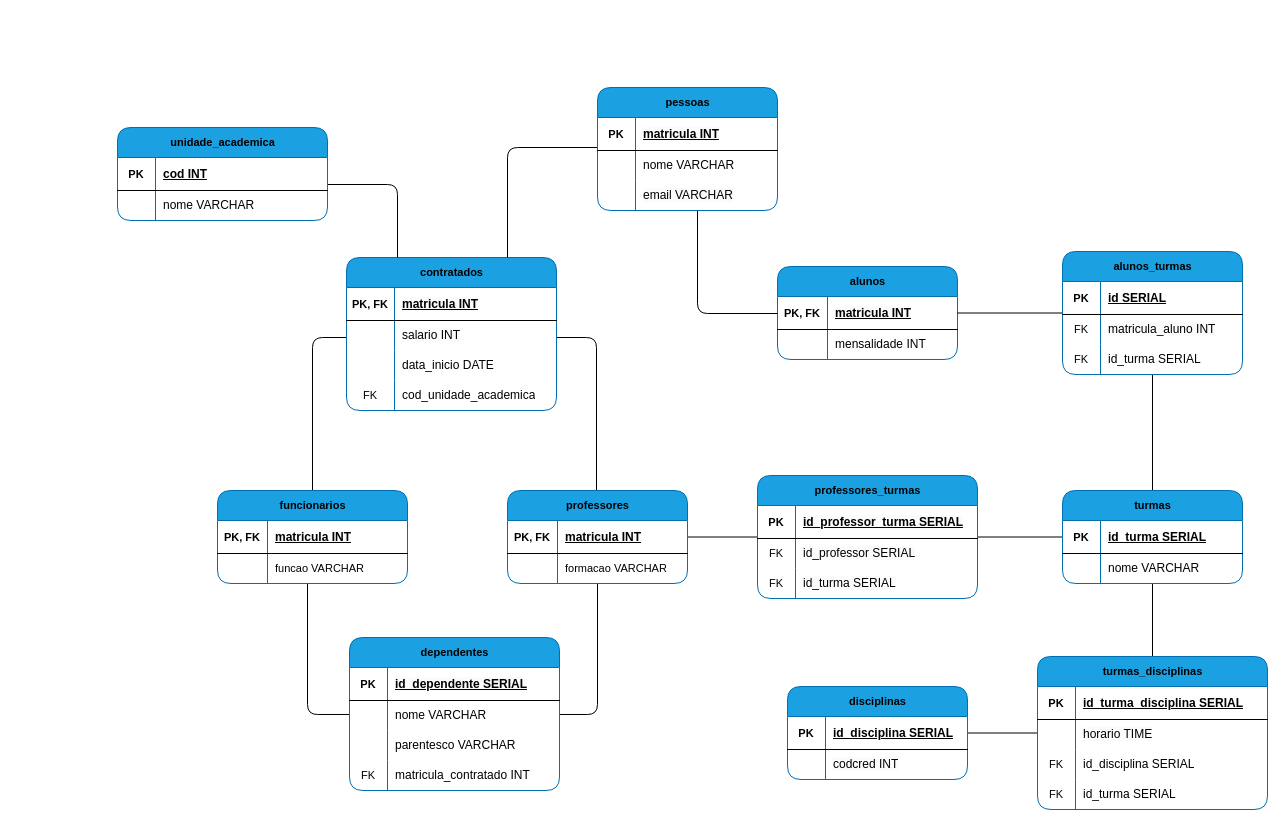
Above: projeto-ada.drawio in tamigld/qsd-ada-banco-de-dados (draw.io), before the change. Source tidied: cells renumbered, new cells numbered last; positions are measured from the earlier drawing's top-left corner, leaving out a move shared by most shapes. Both pictures are drawn from the tidied source at 100%, with x=0, y=0 at pixel (117, 87).
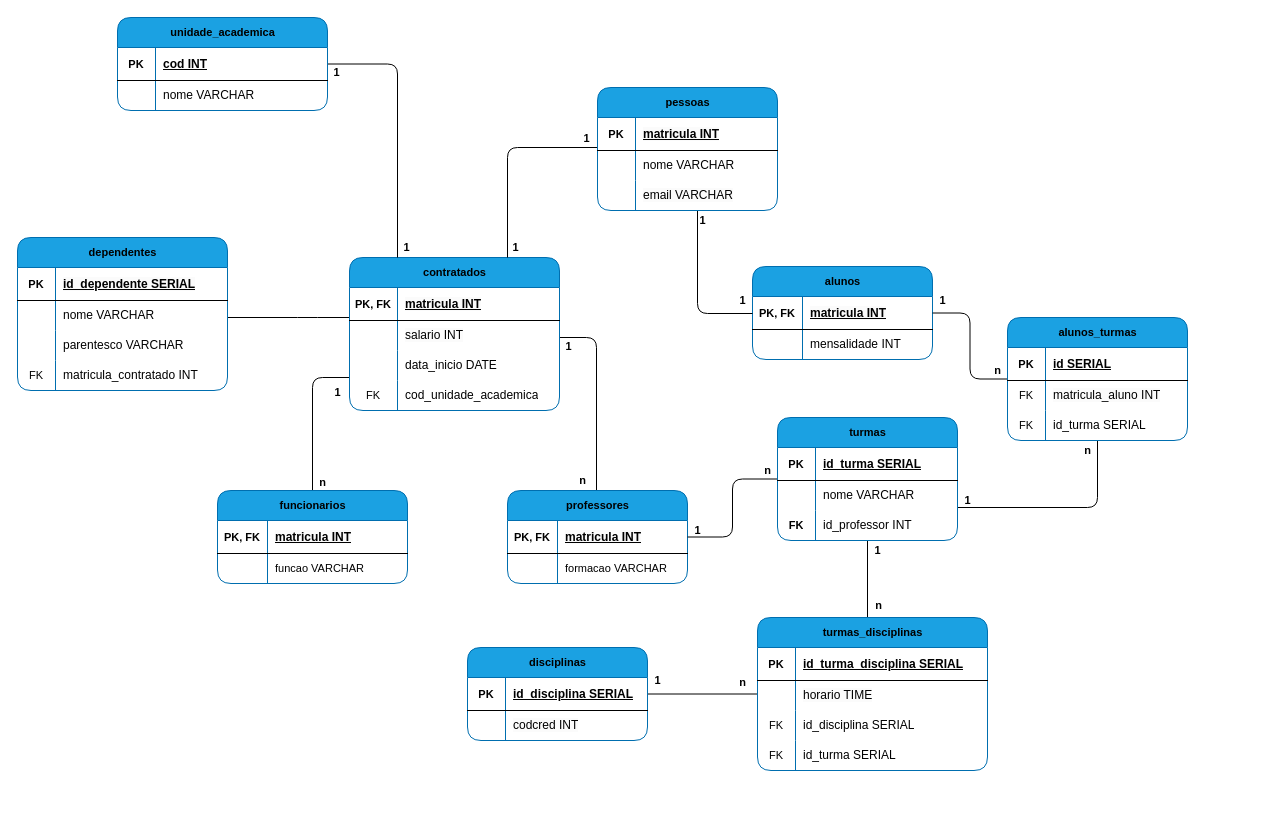
After the change.

Unchanged cells that the change refers to:
```xml
<mxCell id="6" value="&lt;font color=&quot;#000000&quot;&gt;professores&lt;/font&gt;" style="shape=table;startSize=30;childLayout=tableLayout;rowLines=0;fontStyle=1;align=center;html=1;rounded=1;fontFamily=Helvetica;fontSize=11;labelBackgroundColor=none;perimeterSpacing=0;shadow=0;swimlaneLine=1;swimlaneFillColor=default;fillColor=#1ba1e2;strokeColor=#006EAF;fontColor=#ffffff;" parent="1" vertex="1">
  <mxGeometry x="390" y="403" width="180" height="93" as="geometry" />
</mxCell>
<mxCell id="14" value="&lt;font color=&quot;#000000&quot;&gt;funcionarios&lt;/font&gt;" style="shape=table;startSize=30;childLayout=tableLayout;rowLines=0;fontStyle=1;align=center;html=1;rounded=1;fontFamily=Helvetica;fontSize=11;labelBackgroundColor=none;perimeterSpacing=0;shadow=0;swimlaneLine=1;swimlaneFillColor=default;fillColor=#1ba1e2;strokeColor=#006EAF;fontColor=#ffffff;" parent="1" vertex="1">
  <mxGeometry x="100" y="403" width="190" height="93" as="geometry" />
</mxCell>
```

Diff of the diagram source:
```diff
@@
-<mxGraphModel>
+<mxGraphModel background="#ffffff">
@@
     <mxCell id="2" style="edgeStyle=orthogonalEdgeStyle;rounded=1;jettySize=auto;html=1;endArrow=none;endFill=0;" parent="1" edge="1" source="34" target="14">
       <mxGeometry relative="1" as="geometry">
         <Array as="points">
-          <mxPoint x="195" y="250" />
+          <mxPoint x="195" y="290" />
         </Array>
       </mxGeometry>
     </mxCell>
@@
-    <mxCell id="4" style="edgeStyle=orthogonalEdgeStyle;rounded=1;jettySize=auto;html=1;strokeColor=default;align=center;verticalAlign=middle;fontFamily=Helvetica;fontSize=11;fontColor=default;fontStyle=1;labelBackgroundColor=none;endArrow=none;endFill=0;" parent="1" edge="1" source="6" target="21">
-      <mxGeometry relative="1" as="geometry">
-        <Array as="points">
-          <mxPoint x="480" y="627" />
-        </Array>
-      </mxGeometry>
-    </mxCell>
-    <mxCell id="5" style="edgeStyle=orthogonalEdgeStyle;rounded=1;jettySize=auto;html=1;strokeColor=default;align=center;verticalAlign=middle;fontFamily=Helvetica;fontSize=11;fontColor=default;fontStyle=1;labelBackgroundColor=none;endArrow=none;endFill=0;" parent="1" edge="1" source="6" target="48">
-      <mxGeometry relative="1" as="geometry" />
-    </mxCell>
@@
-    <mxCell id="13" style="edgeStyle=orthogonalEdgeStyle;rounded=1;jettySize=auto;html=1;strokeColor=default;align=center;verticalAlign=middle;fontFamily=Helvetica;fontSize=11;fontColor=default;fontStyle=1;labelBackgroundColor=none;endArrow=none;endFill=0;" parent="1" edge="1" source="14" target="21">
-      <mxGeometry relative="1" as="geometry">
-        <Array as="points">
-          <mxPoint x="190" y="627" />
-        </Array>
-      </mxGeometry>
-    </mxCell>
@@
+    <mxCell id="127" style="edgeStyle=orthogonalEdgeStyle;rounded=1;jettySize=auto;html=1;strokeColor=default;align=center;verticalAlign=middle;fontFamily=Helvetica;fontSize=11;fontColor=default;fontStyle=1;labelBackgroundColor=none;endArrow=none;endFill=0;" parent="1" edge="1" source="21" target="34">
+      <mxGeometry relative="1" as="geometry">
+        <Array as="points">
+          <mxPoint x="190" y="230" />
+          <mxPoint x="190" y="230" />
+        </Array>
+      </mxGeometry>
+    </mxCell>
     <mxCell id="21" value="&lt;font color=&quot;#000000&quot;&gt;dependentes&lt;/font&gt;" style="shape=table;startSize=30;childLayout=tableLayout;rowLines=0;fontStyle=1;align=center;html=1;rounded=1;fontFamily=Helvetica;fontSize=11;labelBackgroundColor=none;perimeterSpacing=0;shadow=0;swimlaneLine=1;swimlaneFillColor=default;fillColor=#1ba1e2;strokeColor=#006EAF;fontColor=#ffffff;" parent="1" vertex="1">
-      <mxGeometry x="232" y="550" width="210" height="153" as="geometry" />
+      <mxGeometry x="-100" y="150" width="210" height="153" as="geometry" />
     </mxCell>
@@
     <mxCell id="34" value="&lt;font color=&quot;#000000&quot;&gt;contratados&lt;/font&gt;" style="shape=table;startSize=30;childLayout=tableLayout;rowLines=0;fontStyle=1;align=center;html=1;rounded=1;fontFamily=Helvetica;fontSize=11;labelBackgroundColor=none;perimeterSpacing=0;shadow=0;swimlaneLine=1;swimlaneFillColor=default;fillColor=#1ba1e2;strokeColor=#006EAF;fontColor=#ffffff;" parent="1" vertex="1">
-      <mxGeometry x="229" y="170" width="210" height="153" as="geometry" />
+      <mxGeometry x="232" y="170" width="210" height="153" as="geometry" />
     </mxCell>
@@
-    <mxCell id="47" style="edgeStyle=orthogonalEdgeStyle;rounded=1;jettySize=auto;html=1;strokeColor=default;align=center;verticalAlign=middle;fontFamily=Helvetica;fontSize=11;fontColor=default;fontStyle=1;labelBackgroundColor=none;endArrow=none;endFill=0;" parent="1" edge="1" source="48" target="68">
+    <mxCell id="47" style="edgeStyle=orthogonalEdgeStyle;rounded=1;jettySize=auto;html=1;strokeColor=default;align=center;verticalAlign=middle;fontFamily=Helvetica;fontSize=11;fontColor=default;fontStyle=1;labelBackgroundColor=none;endArrow=none;endFill=0;" parent="1" edge="1" source="6" target="68">
       <mxGeometry relative="1" as="geometry" />
     </mxCell>
-    <mxCell id="48" value="&lt;font color=&quot;#000000&quot;&gt;professores_turmas&lt;/font&gt;" style="shape=table;startSize=30;childLayout=tableLayout;rowLines=0;fontStyle=1;align=center;html=1;rounded=1;fontFamily=Helvetica;fontSize=11;labelBackgroundColor=none;perimeterSpacing=0;shadow=0;swimlaneLine=1;swimlaneFillColor=default;fillColor=#1ba1e2;strokeColor=#006EAF;fontColor=#ffffff;" parent="1" vertex="1">
-      <mxGeometry x="640" y="388" width="220" height="123" as="geometry" />
-    </mxCell>
-    <mxCell id="49" style="shape=tableRow;horizontal=0;startSize=0;swimlaneHead=0;swimlaneBody=0;fillColor=none;top=0;left=0;right=0;bottom=1;rounded=1;fontFamily=Helvetica;fontSize=11;fontColor=default;labelBackgroundColor=default;" parent="48" vertex="1">
-      <mxGeometry y="30" width="220" height="33" as="geometry" />
-    </mxCell>
-    <mxCell id="50" value="PK" style="shape=partialRectangle;fillColor=none;top=0;left=0;bottom=0;right=0;fontStyle=1;overflow=hidden;whiteSpace=wrap;html=1;rounded=1;fontFamily=Helvetica;fontSize=11;fontColor=default;labelBackgroundColor=default;" parent="49" vertex="1">
-      <mxGeometry width="38" height="33" as="geometry" />
-    </mxCell>
-    <mxCell id="51" value="&lt;span style=&quot;font-size: 12px; background-color: rgb(251, 251, 251);&quot;&gt;id_professor_turma SERIAL&lt;/span&gt;" style="shape=partialRectangle;fillColor=none;top=0;left=0;bottom=0;right=0;align=left;spacingLeft=6;fontStyle=5;overflow=hidden;whiteSpace=wrap;html=1;rounded=1;fontFamily=Helvetica;fontSize=11;fontColor=default;labelBackgroundColor=default;" parent="49" vertex="1">
-      <mxGeometry x="38" width="182" height="33" as="geometry" />
-    </mxCell>
-    <mxCell id="52" style="shape=tableRow;horizontal=0;startSize=0;swimlaneHead=0;swimlaneBody=0;fillColor=none;top=0;left=0;right=0;bottom=0;rounded=1;fontFamily=Helvetica;fontSize=11;fontColor=default;labelBackgroundColor=default;" parent="48" vertex="1">
-      <mxGeometry y="63" width="220" height="30" as="geometry" />
-    </mxCell>
-    <mxCell id="53" value="FK" style="shape=partialRectangle;fillColor=none;top=0;left=0;bottom=0;right=0;overflow=hidden;whiteSpace=wrap;html=1;rounded=1;fontFamily=Helvetica;fontSize=11;fontColor=default;labelBackgroundColor=default;" parent="52" vertex="1">
-      <mxGeometry width="38" height="30" as="geometry" />
-    </mxCell>
-    <mxCell id="54" value="&lt;span style=&quot;font-size: 12px; background-color: rgb(251, 251, 251);&quot;&gt;id_professor SERIAL&lt;/span&gt;" style="shape=partialRectangle;fillColor=none;top=0;left=0;bottom=0;right=0;align=left;spacingLeft=6;overflow=hidden;whiteSpace=wrap;html=1;rounded=1;fontFamily=Helvetica;fontSize=11;fontColor=default;labelBackgroundColor=default;" parent="52" vertex="1">
-      <mxGeometry x="38" width="182" height="30" as="geometry" />
-    </mxCell>
-    <mxCell id="55" style="shape=tableRow;horizontal=0;startSize=0;swimlaneHead=0;swimlaneBody=0;fillColor=none;top=0;left=0;right=0;bottom=0;rounded=1;fontFamily=Helvetica;fontSize=11;fontColor=default;labelBackgroundColor=default;" parent="48" vertex="1">
-      <mxGeometry y="93" width="220" height="30" as="geometry" />
-    </mxCell>
-    <mxCell id="56" value="FK" style="shape=partialRectangle;fillColor=none;top=0;left=0;bottom=0;right=0;overflow=hidden;whiteSpace=wrap;html=1;rounded=1;fontFamily=Helvetica;fontSize=11;fontColor=default;labelBackgroundColor=default;" parent="55" vertex="1">
-      <mxGeometry width="38" height="30" as="geometry" />
-    </mxCell>
-    <mxCell id="57" value="&lt;span style=&quot;font-size: 12px; background-color: rgb(251, 251, 251);&quot;&gt;id_turma SERIAL&lt;/span&gt;" style="shape=partialRectangle;fillColor=none;top=0;left=0;bottom=0;right=0;align=left;spacingLeft=6;overflow=hidden;whiteSpace=wrap;html=1;rounded=1;fontFamily=Helvetica;fontSize=11;fontColor=default;labelBackgroundColor=default;" parent="55" vertex="1">
-      <mxGeometry x="38" width="182" height="30" as="geometry" />
-    </mxCell>
     <mxCell id="58" style="edgeStyle=orthogonalEdgeStyle;rounded=1;jettySize=auto;html=1;strokeColor=default;align=center;verticalAlign=middle;fontFamily=Helvetica;fontSize=11;fontColor=default;fontStyle=1;labelBackgroundColor=none;endArrow=none;endFill=0;" parent="1" edge="1" source="59" target="34">
       <mxGeometry relative="1" as="geometry">
         <Array as="points">
-          <mxPoint x="280" y="97" />
+          <mxPoint x="280" y="-23" />
         </Array>
       </mxGeometry>
     </mxCell>
     <mxCell id="59" value="&lt;font color=&quot;#000000&quot;&gt;unidade_academica&lt;/font&gt;" style="shape=table;startSize=30;childLayout=tableLayout;rowLines=0;fontStyle=1;align=center;html=1;rounded=1;fontFamily=Helvetica;fontSize=11;labelBackgroundColor=none;perimeterSpacing=0;shadow=0;swimlaneLine=1;swimlaneFillColor=default;fillColor=#1ba1e2;strokeColor=#006EAF;fontColor=#ffffff;" parent="1" vertex="1">
-      <mxGeometry y="40" width="210" height="93" as="geometry" />
+      <mxGeometry y="-70" width="210" height="93" as="geometry" />
     </mxCell>
@@
     <mxCell id="66" style="edgeStyle=orthogonalEdgeStyle;rounded=1;jettySize=auto;html=1;strokeColor=default;align=center;verticalAlign=middle;fontFamily=Helvetica;fontSize=11;fontColor=default;fontStyle=1;labelBackgroundColor=none;endArrow=none;endFill=0;" parent="1" edge="1" source="68" target="101">
-      <mxGeometry relative="1" as="geometry" />
+      <mxGeometry relative="1" as="geometry">
+        <Array as="points">
+          <mxPoint x="750" y="540" />
+          <mxPoint x="750" y="540" />
+        </Array>
+      </mxGeometry>
     </mxCell>
     <mxCell id="67" style="edgeStyle=orthogonalEdgeStyle;rounded=1;jettySize=auto;html=1;strokeColor=default;align=center;verticalAlign=middle;fontFamily=Helvetica;fontSize=11;fontColor=default;fontStyle=1;labelBackgroundColor=none;endArrow=none;endFill=0;" parent="1" edge="1" source="68" target="83">
-      <mxGeometry relative="1" as="geometry" />
+      <mxGeometry relative="1" as="geometry">
+        <Array as="points">
+          <mxPoint x="980" y="420" />
+        </Array>
+      </mxGeometry>
     </mxCell>
     <mxCell id="68" value="&lt;font color=&quot;#000000&quot;&gt;turmas&lt;/font&gt;" style="shape=table;startSize=30;childLayout=tableLayout;rowLines=0;fontStyle=1;align=center;html=1;rounded=1;fontFamily=Helvetica;fontSize=11;labelBackgroundColor=none;perimeterSpacing=0;shadow=0;swimlaneLine=1;swimlaneFillColor=default;fillColor=#1ba1e2;strokeColor=#006EAF;fontColor=#ffffff;verticalAlign=middle;" parent="1" vertex="1">
-      <mxGeometry x="945" y="403" width="180" height="93" as="geometry" />
+      <mxGeometry x="660" y="330" width="180" height="123" as="geometry" />
     </mxCell>
@@
+    <mxCell id="128" style="shape=tableRow;horizontal=0;startSize=0;swimlaneHead=0;swimlaneBody=0;fillColor=none;top=0;left=0;right=0;bottom=0;rounded=1;fontFamily=Helvetica;fontSize=11;fontColor=default;labelBackgroundColor=default;shadow=0;strokeColor=default;align=center;verticalAlign=middle;fontStyle=1;" parent="68" vertex="1">
+      <mxGeometry y="93" width="180" height="30" as="geometry" />
+    </mxCell>
+    <mxCell id="129" value="FK" style="shape=partialRectangle;fillColor=none;top=0;left=0;bottom=0;right=0;overflow=hidden;whiteSpace=wrap;html=1;rounded=1;fontFamily=Helvetica;fontSize=11;fontColor=default;labelBackgroundColor=default;shadow=0;strokeColor=default;align=center;verticalAlign=middle;fontStyle=1;" parent="128" vertex="1">
+      <mxGeometry width="38" height="30" as="geometry" />
+    </mxCell>
+    <mxCell id="130" value="&lt;span style=&quot;font-size: 12px; font-weight: normal;&quot;&gt;id_professor INT&lt;/span&gt;" style="shape=partialRectangle;fillColor=none;top=0;left=0;bottom=0;right=0;align=left;spacingLeft=6;overflow=hidden;whiteSpace=wrap;html=1;rounded=1;fontFamily=Helvetica;fontSize=11;fontColor=default;labelBackgroundColor=default;shadow=0;strokeColor=default;verticalAlign=middle;fontStyle=1;" parent="128" vertex="1">
+      <mxGeometry x="38" width="142" height="30" as="geometry" />
+    </mxCell>
     <mxCell id="75" value="&lt;font color=&quot;#000000&quot;&gt;alunos&lt;/font&gt;" style="shape=table;startSize=30;childLayout=tableLayout;rowLines=0;fontStyle=1;align=center;html=1;rounded=1;fontFamily=Helvetica;fontSize=11;labelBackgroundColor=none;perimeterSpacing=0;shadow=0;swimlaneLine=1;swimlaneFillColor=default;fillColor=#1ba1e2;strokeColor=#006EAF;fontColor=#ffffff;verticalAlign=middle;" parent="1" vertex="1">
-      <mxGeometry x="660" y="179" width="180" height="93" as="geometry" />
+      <mxGeometry x="635" y="179" width="180" height="93" as="geometry" />
     </mxCell>
@@
     <mxCell id="83" value="&lt;font color=&quot;#000000&quot;&gt;alunos_turmas&lt;/font&gt;" style="shape=table;startSize=30;childLayout=tableLayout;rowLines=0;fontStyle=1;align=center;html=1;rounded=1;fontFamily=Helvetica;fontSize=11;labelBackgroundColor=none;perimeterSpacing=0;shadow=0;swimlaneLine=1;swimlaneFillColor=default;fillColor=#1ba1e2;strokeColor=#006EAF;fontColor=#ffffff;verticalAlign=middle;" parent="1" vertex="1">
-      <mxGeometry x="945" y="164" width="180" height="123" as="geometry" />
+      <mxGeometry x="890" y="230" width="180" height="123" as="geometry" />
     </mxCell>
@@
     <mxCell id="94" value="&lt;font color=&quot;#000000&quot;&gt;disciplinas&lt;/font&gt;" style="shape=table;startSize=30;childLayout=tableLayout;rowLines=0;fontStyle=1;align=center;html=1;rounded=1;fontFamily=Helvetica;fontSize=11;labelBackgroundColor=none;perimeterSpacing=0;shadow=0;swimlaneLine=1;swimlaneFillColor=default;fillColor=#1ba1e2;strokeColor=#006EAF;fontColor=#ffffff;verticalAlign=middle;" parent="1" vertex="1">
-      <mxGeometry x="670" y="599" width="180" height="93" as="geometry" />
+      <mxGeometry x="350" y="560" width="180" height="93" as="geometry" />
     </mxCell>
@@
     <mxCell id="101" value="&lt;font color=&quot;#000000&quot;&gt;turmas_disciplinas&lt;/font&gt;" style="shape=table;startSize=30;childLayout=tableLayout;rowLines=0;fontStyle=1;align=center;html=1;rounded=1;fontFamily=Helvetica;fontSize=11;labelBackgroundColor=none;perimeterSpacing=0;shadow=0;swimlaneLine=1;swimlaneFillColor=default;fillColor=#1ba1e2;strokeColor=#006EAF;fontColor=#ffffff;verticalAlign=middle;" parent="1" vertex="1">
-      <mxGeometry x="920" y="569" width="230" height="153" as="geometry" />
+      <mxGeometry x="640" y="530" width="230" height="153" as="geometry" />
     </mxCell>
@@
+    <mxCell id="131" value="1" style="text;html=1;align=center;verticalAlign=middle;strokeColor=none;fillColor=none;fontFamily=Helvetica;fontSize=11;fontColor=default;fontStyle=1;labelBackgroundColor=none;" parent="1" vertex="1">
+      <mxGeometry x="570" y="118" width="30" height="30" as="geometry" />
+    </mxCell>
+    <mxCell id="132" value="1" style="text;html=1;align=center;verticalAlign=middle;strokeColor=none;fillColor=none;fontFamily=Helvetica;fontSize=11;fontColor=default;fontStyle=1;labelBackgroundColor=none;" parent="1" vertex="1">
+      <mxGeometry x="610" y="198" width="30" height="30" as="geometry" />
+    </mxCell>
+    <mxCell id="133" value="1" style="text;html=1;align=center;verticalAlign=middle;strokeColor=none;fillColor=none;fontFamily=Helvetica;fontSize=11;fontColor=default;fontStyle=1;labelBackgroundColor=none;" parent="1" vertex="1">
+      <mxGeometry x="454" y="36" width="30" height="30" as="geometry" />
+    </mxCell>
+    <mxCell id="134" value="1" style="text;html=1;align=center;verticalAlign=middle;strokeColor=none;fillColor=none;fontFamily=Helvetica;fontSize=11;fontColor=default;fontStyle=1;labelBackgroundColor=none;" parent="1" vertex="1">
+      <mxGeometry x="383" y="145" width="30" height="30" as="geometry" />
+    </mxCell>
+    <mxCell id="135" value="1" style="text;html=1;align=center;verticalAlign=middle;strokeColor=none;fillColor=none;fontFamily=Helvetica;fontSize=11;fontColor=default;fontStyle=1;labelBackgroundColor=none;" parent="1" vertex="1">
+      <mxGeometry x="274" y="145" width="30" height="30" as="geometry" />
+    </mxCell>
+    <mxCell id="136" value="1" style="text;html=1;align=center;verticalAlign=middle;strokeColor=none;fillColor=none;fontFamily=Helvetica;fontSize=11;fontColor=default;fontStyle=1;labelBackgroundColor=none;" parent="1" vertex="1">
+      <mxGeometry x="204" y="-30" width="30" height="30" as="geometry" />
+    </mxCell>
+    <mxCell id="137" value="1" style="text;html=1;align=center;verticalAlign=middle;strokeColor=none;fillColor=none;fontFamily=Helvetica;fontSize=11;fontColor=default;fontStyle=1;labelBackgroundColor=none;" parent="1" vertex="1">
+      <mxGeometry x="205" y="290" width="30" height="30" as="geometry" />
+    </mxCell>
+    <mxCell id="138" value="1" style="text;html=1;align=center;verticalAlign=middle;strokeColor=none;fillColor=none;fontFamily=Helvetica;fontSize=11;fontColor=default;fontStyle=1;labelBackgroundColor=none;" parent="1" vertex="1">
+      <mxGeometry x="436" y="244" width="30" height="30" as="geometry" />
+    </mxCell>
+    <mxCell id="139" value="n" style="text;html=1;align=center;verticalAlign=middle;strokeColor=none;fillColor=none;fontFamily=Helvetica;fontSize=11;fontColor=default;fontStyle=1;labelBackgroundColor=none;" parent="1" vertex="1">
+      <mxGeometry x="450" y="378" width="30" height="30" as="geometry" />
+    </mxCell>
+    <mxCell id="140" value="n" style="text;html=1;align=center;verticalAlign=middle;strokeColor=none;fillColor=none;fontFamily=Helvetica;fontSize=11;fontColor=default;fontStyle=1;labelBackgroundColor=none;" parent="1" vertex="1">
+      <mxGeometry x="190" y="380" width="30" height="30" as="geometry" />
+    </mxCell>
+    <mxCell id="141" value="1" style="text;html=1;align=center;verticalAlign=middle;strokeColor=none;fillColor=none;fontFamily=Helvetica;fontSize=11;fontColor=default;fontStyle=1;labelBackgroundColor=none;" parent="1" vertex="1">
+      <mxGeometry x="745" y="448" width="30" height="30" as="geometry" />
+    </mxCell>
+    <mxCell id="142" value="n" style="text;html=1;align=center;verticalAlign=middle;strokeColor=none;fillColor=none;fontFamily=Helvetica;fontSize=11;fontColor=default;fontStyle=1;labelBackgroundColor=none;" parent="1" vertex="1">
+      <mxGeometry x="746" y="503" width="30" height="30" as="geometry" />
+    </mxCell>
+    <mxCell id="143" value="1" style="text;html=1;align=center;verticalAlign=middle;strokeColor=none;fillColor=none;fontFamily=Helvetica;fontSize=11;fontColor=default;fontStyle=1;labelBackgroundColor=none;" parent="1" vertex="1">
+      <mxGeometry x="525" y="578" width="30" height="30" as="geometry" />
+    </mxCell>
+    <mxCell id="144" value="n" style="text;html=1;align=center;verticalAlign=middle;strokeColor=none;fillColor=none;fontFamily=Helvetica;fontSize=11;fontColor=default;fontStyle=1;labelBackgroundColor=none;" parent="1" vertex="1">
+      <mxGeometry x="610" y="580" width="30" height="30" as="geometry" />
+    </mxCell>
+    <mxCell id="145" value="1" style="text;html=1;align=center;verticalAlign=middle;strokeColor=none;fillColor=none;fontFamily=Helvetica;fontSize=11;fontColor=default;fontStyle=1;labelBackgroundColor=none;" parent="1" vertex="1">
+      <mxGeometry x="565" y="428" width="30" height="30" as="geometry" />
+    </mxCell>
+    <mxCell id="146" value="n" style="text;html=1;align=center;verticalAlign=middle;strokeColor=none;fillColor=none;fontFamily=Helvetica;fontSize=11;fontColor=default;fontStyle=1;labelBackgroundColor=none;" parent="1" vertex="1">
+      <mxGeometry x="635" y="368" width="30" height="30" as="geometry" />
+    </mxCell>
+    <mxCell id="147" value="1" style="text;html=1;align=center;verticalAlign=middle;strokeColor=none;fillColor=none;fontFamily=Helvetica;fontSize=11;fontColor=default;fontStyle=1;labelBackgroundColor=none;" parent="1" vertex="1">
+      <mxGeometry x="835" y="398" width="30" height="30" as="geometry" />
+    </mxCell>
+    <mxCell id="148" value="n" style="text;html=1;align=center;verticalAlign=middle;strokeColor=none;fillColor=none;fontFamily=Helvetica;fontSize=11;fontColor=default;fontStyle=1;labelBackgroundColor=none;" parent="1" vertex="1">
+      <mxGeometry x="955" y="348" width="30" height="30" as="geometry" />
+    </mxCell>
+    <mxCell id="149" value="1" style="text;html=1;align=center;verticalAlign=middle;strokeColor=none;fillColor=none;fontFamily=Helvetica;fontSize=11;fontColor=default;fontStyle=1;labelBackgroundColor=none;" parent="1" vertex="1">
+      <mxGeometry x="810" y="198" width="30" height="30" as="geometry" />
+    </mxCell>
+    <mxCell id="150" value="n" style="text;html=1;align=center;verticalAlign=middle;strokeColor=none;fillColor=none;fontFamily=Helvetica;fontSize=11;fontColor=default;fontStyle=1;labelBackgroundColor=none;" parent="1" vertex="1">
+      <mxGeometry x="865" y="268" width="30" height="30" as="geometry" />
+    </mxCell>
```
